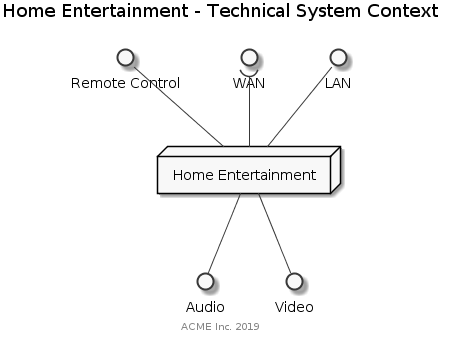
Earlier version of the PlantUML export system/0.9.0/_images/system-context-technical.png (anoff/antora-arc42).
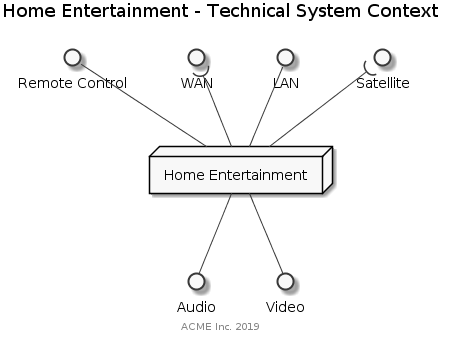
Later version of the same file.

Change to the diagram source:
```diff
@@ -10,10 +10,12 @@
 interface LAN
 interface Audio
 interface Video
+interface Satellite
 
 WAN )-down- system
 rc -down- system
 LAN -down- system
 Audio -up- system
 Video -up- system
+Satellite )-down- system
 @enduml
```
